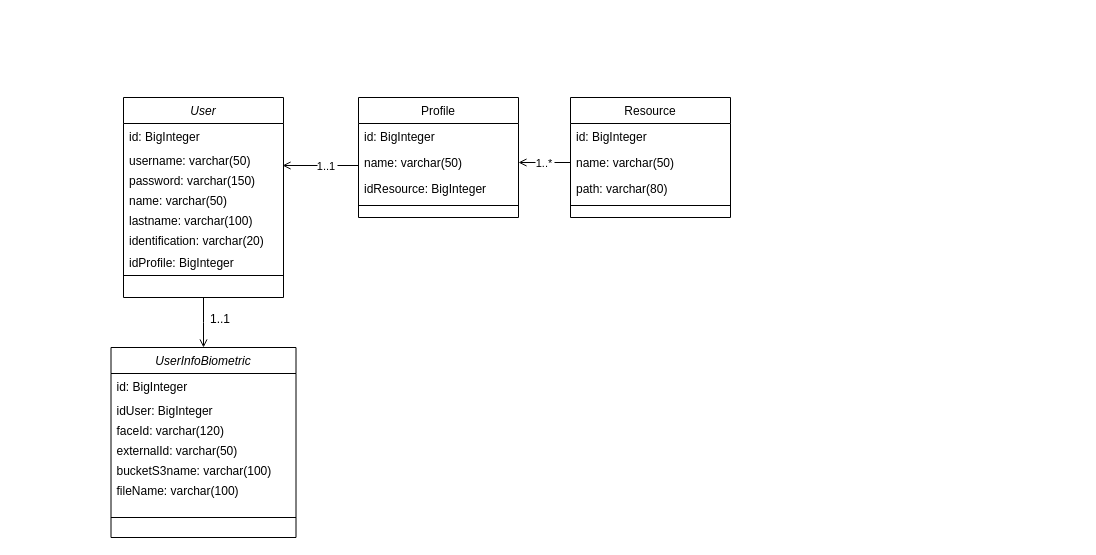
Earlier version of the draw.io diagram DiagramaClaseAdministracion.drawio (ca-milin15/proy_grado_2021_doc). Source tidied: cells renumbered, new cells numbered last; positions are measured from the earlier drawing's top-left corner, leaving out a move shared by most shapes. Both pictures are drawn from the tidied source at 100%, with x=0, y=0 at pixel (110, 97).
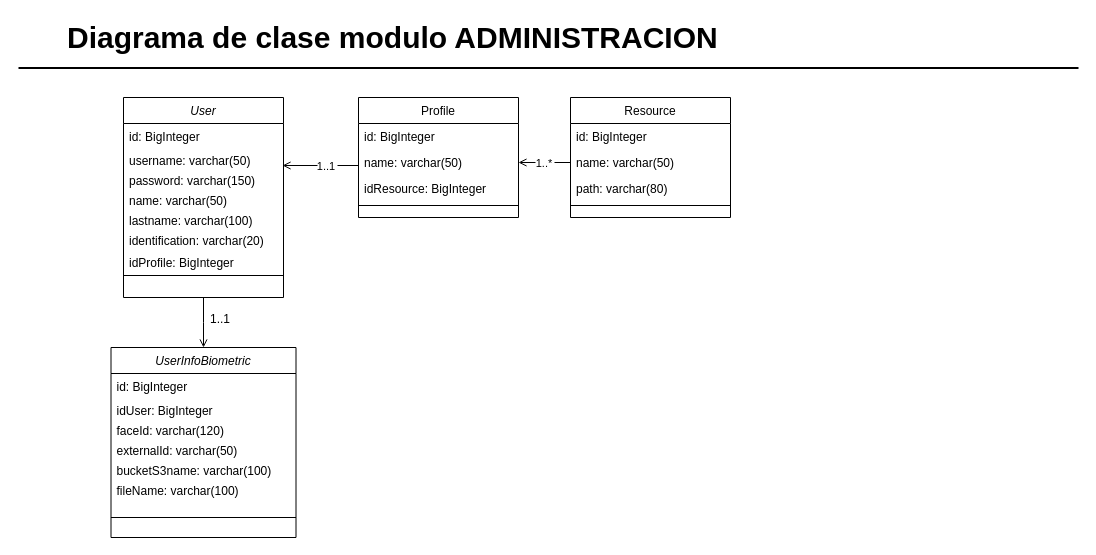
The same diagram, later.

Change to the diagram source:
```diff
@@
+    <mxCell id="36" value="Diagrama de clase modulo ADMINISTRACION" style="text;html=1;align=left;verticalAlign=top;spacingTop=-4;fontSize=30;fontStyle=1;" parent="1" vertex="1">
+      <mxGeometry x="-45.5" y="-80" width="670" height="40" as="geometry" />
+    </mxCell>
+    <mxCell id="37" style="line;strokeWidth=2;html=1;fontSize=14;" parent="1" vertex="1">
+      <mxGeometry x="-92" y="-34.5" width="1060" height="10" as="geometry" />
+    </mxCell>
```
